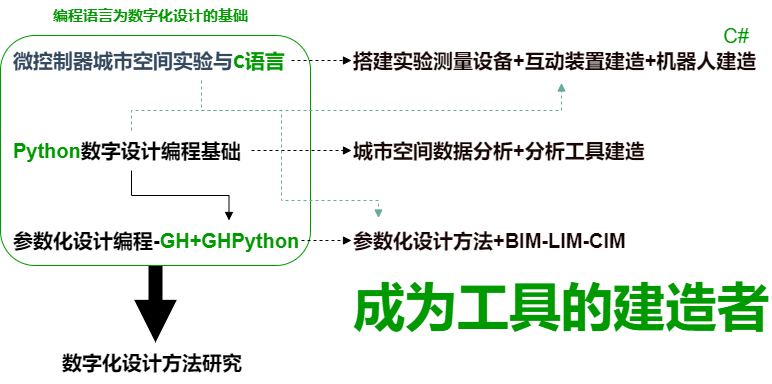
Before: docs/imgs/P_4_courses_structure.png, a diagram exported from draw.io (digit-x/digit_x). Source tidied: cells renumbered, new cells last; positions are measured from the earlier drawing's top-left corner, leaving out a move shared by most shapes. Source of this version:
```xml
<mxGraphModel>
  <root>
    <mxCell id="0" />
    <mxCell id="1" parent="0" />
    <mxCell id="2" style="edgeStyle=orthogonalEdgeStyle;rounded=0;jettySize=auto;html=1;fontSize=15;fontColor=#170704;strokeWidth=14;endArrow=block;endFill=1;" parent="1" edge="1" source="3" target="13">
      <mxGeometry relative="1" as="geometry" />
    </mxCell>
    <mxCell id="3" style="rounded=1;whiteSpace=wrap;html=1;fontSize=20;fillColor=none;strokeColor=#009900;" parent="1" vertex="1">
      <mxGeometry y="35" width="310" height="230" as="geometry" />
    </mxCell>
    <mxCell id="4" style="edgeStyle=orthogonalEdgeStyle;rounded=0;jettySize=auto;html=1;entryX=0;entryY=0.5;entryDx=0;entryDy=0;fontSize=20;fontColor=#170704;endArrow=block;endFill=1;strokeWidth=1;dashed=1;" parent="1" edge="1" source="6" target="15">
      <mxGeometry relative="1" as="geometry" />
    </mxCell>
    <mxCell id="5" style="edgeStyle=orthogonalEdgeStyle;rounded=0;jettySize=auto;html=1;dashed=1;fontSize=20;fontColor=#170704;endArrow=block;endFill=1;strokeColor=#67AB9F;strokeWidth=1;" parent="1" edge="1" source="6" target="17">
      <mxGeometry relative="1" as="geometry">
        <Array as="points">
          <mxPoint x="201" y="110" />
          <mxPoint x="281" y="110" />
          <mxPoint x="281" y="200" />
          <mxPoint x="378" y="200" />
        </Array>
      </mxGeometry>
    </mxCell>
    <mxCell id="6" value="&lt;span style=&quot;color: rgb(52 , 73 , 94) ; font-family: &amp;#34;source sans pro&amp;#34; , &amp;#34;helvetica neue&amp;#34; , &amp;#34;arial&amp;#34; , sans-serif ; font-size: 20px ; background-color: rgb(255 , 255 , 255)&quot;&gt;微控制器城市空间实验与&lt;/span&gt;&lt;span style=&quot;font-family: &amp;#34;source sans pro&amp;#34; , &amp;#34;helvetica neue&amp;#34; , &amp;#34;arial&amp;#34; , sans-serif ; font-size: 20px ; background-color: rgb(255 , 255 , 255)&quot;&gt;&lt;font color=&quot;#009900&quot;&gt;C语言&lt;/font&gt;&lt;/span&gt;" style="text;html=1;strokeColor=none;fillColor=none;align=left;verticalAlign=middle;whiteSpace=wrap;rounded=0;fontStyle=1;fontSize=20;" parent="1" vertex="1">
      <mxGeometry x="11" y="40" width="280" height="40" as="geometry" />
    </mxCell>
    <mxCell id="7" style="edgeStyle=orthogonalEdgeStyle;rounded=0;jettySize=auto;html=1;entryX=0.75;entryY=0;entryDx=0;entryDy=0;fontSize=20;fontColor=#170704;endArrow=block;endFill=1;strokeWidth=1;" parent="1" edge="1" source="10" target="12">
      <mxGeometry relative="1" as="geometry" />
    </mxCell>
    <mxCell id="8" style="edgeStyle=orthogonalEdgeStyle;rounded=0;jettySize=auto;html=1;fontSize=20;fontColor=#170704;endArrow=block;endFill=1;strokeWidth=1;dashed=1;" parent="1" edge="1" source="10" target="16">
      <mxGeometry relative="1" as="geometry" />
    </mxCell>
    <mxCell id="9" style="edgeStyle=orthogonalEdgeStyle;rounded=0;jettySize=auto;html=1;fontSize=20;fontColor=#170704;endArrow=block;endFill=1;strokeWidth=1;dashed=1;strokeColor=#67AB9F;" parent="1" edge="1" source="10" target="15">
      <mxGeometry relative="1" as="geometry">
        <Array as="points">
          <mxPoint x="131" y="110" />
          <mxPoint x="561" y="110" />
        </Array>
      </mxGeometry>
    </mxCell>
    <mxCell id="10" value="&lt;font color=&quot;#009900&quot;&gt;Python&lt;/font&gt;数字设计编程基础" style="text;html=1;strokeColor=none;fillColor=none;align=left;verticalAlign=middle;whiteSpace=wrap;rounded=0;fontStyle=1;fontSize=20;" parent="1" vertex="1">
      <mxGeometry x="11" y="130" width="240" height="40" as="geometry" />
    </mxCell>
    <mxCell id="11" style="edgeStyle=orthogonalEdgeStyle;rounded=0;jettySize=auto;html=1;entryX=0;entryY=0.5;entryDx=0;entryDy=0;fontSize=20;fontColor=#170704;endArrow=block;endFill=1;strokeWidth=1;dashed=1;" parent="1" edge="1" source="12" target="17">
      <mxGeometry relative="1" as="geometry" />
    </mxCell>
    <mxCell id="12" value="参数化设计编程-&lt;font color=&quot;#009900&quot;&gt;GH+GHPython&lt;/font&gt;" style="text;html=1;strokeColor=none;fillColor=none;align=left;verticalAlign=middle;whiteSpace=wrap;rounded=0;fontStyle=1;fontSize=20;" parent="1" vertex="1">
      <mxGeometry x="11" y="220" width="290" height="40" as="geometry" />
    </mxCell>
    <mxCell id="13" value="数字化设计方法研究" style="text;html=1;strokeColor=none;fillColor=none;align=left;verticalAlign=middle;whiteSpace=wrap;rounded=0;fontStyle=1;fontSize=20;" parent="1" vertex="1">
      <mxGeometry x="60" y="342" width="190" height="40" as="geometry" />
    </mxCell>
    <mxCell id="14" value="编程语言为数字化设计的基础" style="text;html=1;strokeColor=none;fillColor=none;align=left;verticalAlign=middle;whiteSpace=wrap;rounded=0;fontSize=15;fontColor=#009900;fontStyle=1;" parent="1" vertex="1">
      <mxGeometry x="51" width="200" height="30" as="geometry" />
    </mxCell>
    <mxCell id="15" value="搭建实验测量设备+互动装置建造+机器人建造" style="text;html=1;strokeColor=none;fillColor=none;align=left;verticalAlign=middle;whiteSpace=wrap;rounded=0;fontSize=20;fontColor=#170704;fontStyle=1;dashed=1;" parent="1" vertex="1">
      <mxGeometry x="351" y="37.5" width="420" height="45" as="geometry" />
    </mxCell>
    <mxCell id="16" value="城市空间数据分析+分析工具建造" style="text;html=1;strokeColor=none;fillColor=none;align=left;verticalAlign=middle;whiteSpace=wrap;rounded=0;fontSize=20;fontColor=#170704;fontStyle=1;" parent="1" vertex="1">
      <mxGeometry x="351" y="127.5" width="420" height="45" as="geometry" />
    </mxCell>
    <mxCell id="17" value="参数化设计方法+BIM-LIM-CIM" style="text;html=1;strokeColor=none;fillColor=none;align=left;verticalAlign=middle;whiteSpace=wrap;rounded=0;fontSize=20;fontColor=#170704;fontStyle=1;" parent="1" vertex="1">
      <mxGeometry x="351" y="217.5" width="300" height="45" as="geometry" />
    </mxCell>
    <mxCell id="18" value="成为工具的建造者" style="text;html=1;strokeColor=none;fillColor=none;align=left;verticalAlign=middle;whiteSpace=wrap;rounded=0;dashed=1;fontSize=52;fontColor=#009900;fontStyle=1;" parent="1" vertex="1">
      <mxGeometry x="351" y="290" width="420" height="34.5" as="geometry" />
    </mxCell>
    <mxCell id="19" value="C#" style="text;html=1;strokeColor=none;fillColor=none;align=center;verticalAlign=middle;whiteSpace=wrap;rounded=0;dashed=1;fontSize=20;fontColor=#009900;" parent="1" vertex="1">
      <mxGeometry x="711" y="20" width="50" height="30" as="geometry" />
    </mxCell>
  </root>
</mxGraphModel>
```
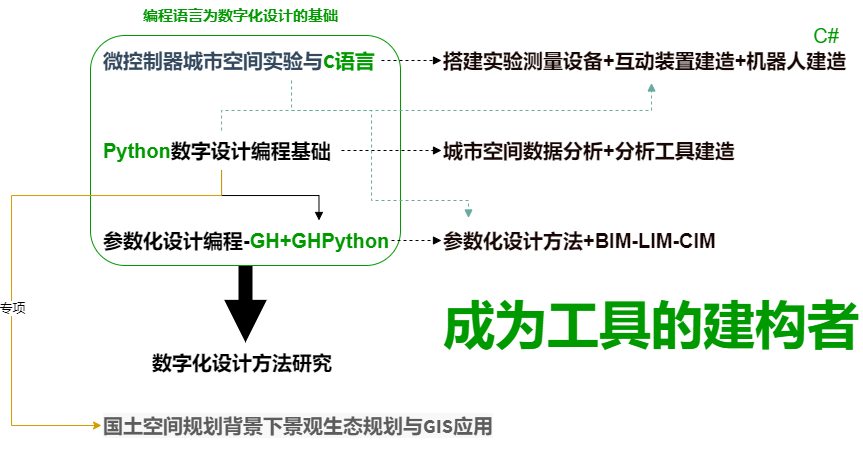
The same file after the commit.

What changed in the source:
```diff
@@ -38,6 +38,20 @@
         </Array>
       </mxGeometry>
     </mxCell>
+    <mxCell id="20" style="edgeStyle=orthogonalEdgeStyle;rounded=0;jettySize=auto;html=1;entryX=0;entryY=0.5;entryDx=0;entryDy=0;fontSize=20;fontColor=#000000;fillColor=#ffe6cc;strokeColor=#d79b00;" parent="1" edge="1" source="10" target="22">
+      <mxGeometry relative="1" as="geometry">
+        <Array as="points">
+          <mxPoint x="131" y="195" />
+          <mxPoint x="-79" y="195" />
+          <mxPoint x="-79" y="425" />
+        </Array>
+      </mxGeometry>
+    </mxCell>
+    <mxCell id="21" value="专项" style="edgeLabel;html=1;align=center;verticalAlign=middle;fontSize=13;fontColor=#000000;" parent="20" vertex="1">
+      <mxGeometry x="0.32" y="1" relative="1" as="geometry">
+        <mxPoint y="-18" as="offset" />
+      </mxGeometry>
+    </mxCell>
     <mxCell id="10" value="&lt;font color=&quot;#009900&quot;&gt;Python&lt;/font&gt;数字设计编程基础" style="text;html=1;strokeColor=none;fillColor=none;align=left;verticalAlign=middle;whiteSpace=wrap;rounded=0;fontStyle=1;fontSize=20;" parent="1" vertex="1">
       <mxGeometry x="11" y="130" width="240" height="40" as="geometry" />
     </mxCell>
@@ -62,11 +76,14 @@
     <mxCell id="17" value="参数化设计方法+BIM-LIM-CIM" style="text;html=1;strokeColor=none;fillColor=none;align=left;verticalAlign=middle;whiteSpace=wrap;rounded=0;fontSize=20;fontColor=#170704;fontStyle=1;" parent="1" vertex="1">
       <mxGeometry x="351" y="217.5" width="300" height="45" as="geometry" />
     </mxCell>
-    <mxCell id="18" value="成为工具的建造者" style="text;html=1;strokeColor=none;fillColor=none;align=left;verticalAlign=middle;whiteSpace=wrap;rounded=0;dashed=1;fontSize=52;fontColor=#009900;fontStyle=1;" parent="1" vertex="1">
-      <mxGeometry x="351" y="290" width="420" height="34.5" as="geometry" />
+    <mxCell id="18" value="成为工具的建构者" style="text;html=1;strokeColor=none;fillColor=none;align=left;verticalAlign=middle;whiteSpace=wrap;rounded=0;dashed=1;fontSize=52;fontColor=#009900;fontStyle=1;" parent="1" vertex="1">
+      <mxGeometry x="351" y="307.5" width="420" height="34.5" as="geometry" />
     </mxCell>
     <mxCell id="19" value="C#" style="text;html=1;strokeColor=none;fillColor=none;align=center;verticalAlign=middle;whiteSpace=wrap;rounded=0;dashed=1;fontSize=20;fontColor=#009900;" parent="1" vertex="1">
       <mxGeometry x="711" y="20" width="50" height="30" as="geometry" />
     </mxCell>
+    <mxCell id="22" value="&lt;span style=&quot;font-family: &amp;quot;source sans pro&amp;quot;, &amp;quot;helvetica neue&amp;quot;, arial, sans-serif; background-color: rgb(248, 248, 248);&quot;&gt;&lt;font style=&quot;font-size: 20px&quot;&gt;国土空间规划背景下景观生态规划与GIS应用&lt;/font&gt;&lt;/span&gt;" style="text;html=1;strokeColor=none;fillColor=none;align=left;verticalAlign=middle;whiteSpace=wrap;rounded=0;fontStyle=1;fontSize=20;fontColor=#5C5C5C;" parent="1" vertex="1">
+      <mxGeometry x="11" y="380" width="400" height="90" as="geometry" />
+    </mxCell>
   </root>
 </mxGraphModel>
```
